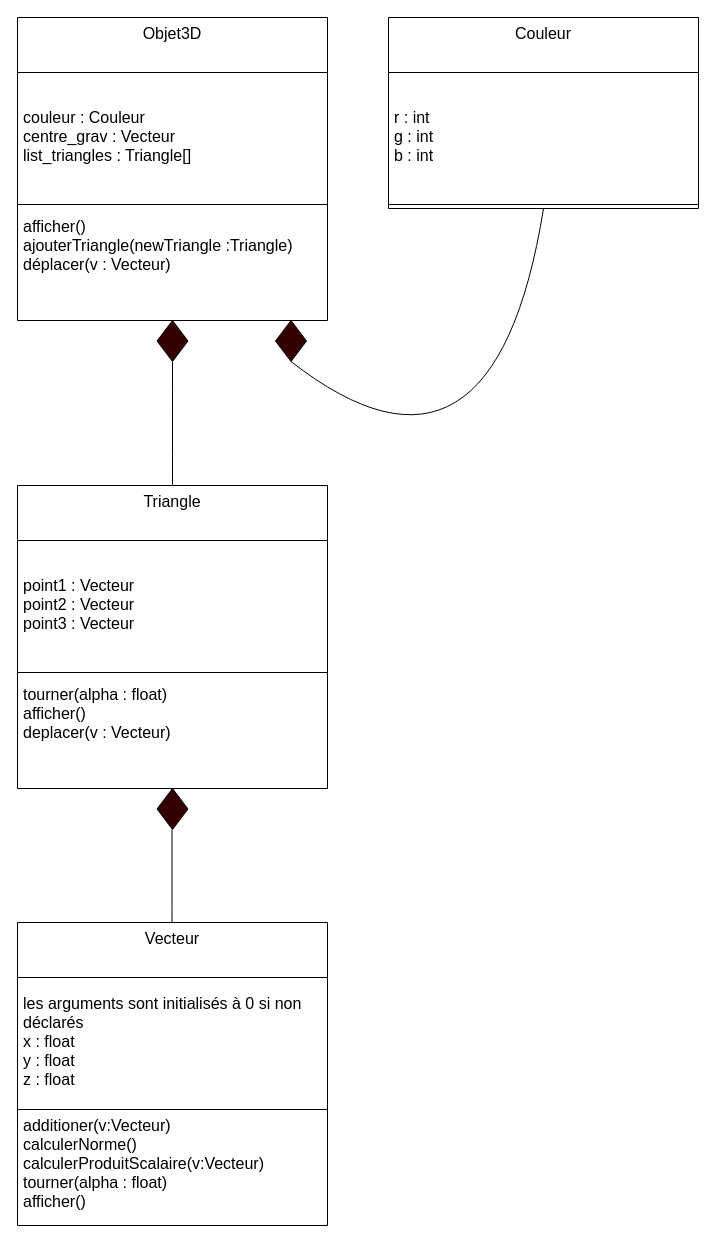
This is page "Page-1" (1 of 2) of UMLex4.drawio from MaelLF/info_poo_tp1, a draw.io file, before an edit. Source tidied: cells renumbered, new cells numbered last; positions are measured from the earlier drawing's top-left corner, leaving out a move shared by most shapes. Both pictures are drawn from the tidied source at 100%, with x=0, y=0 at pixel (17, 17).
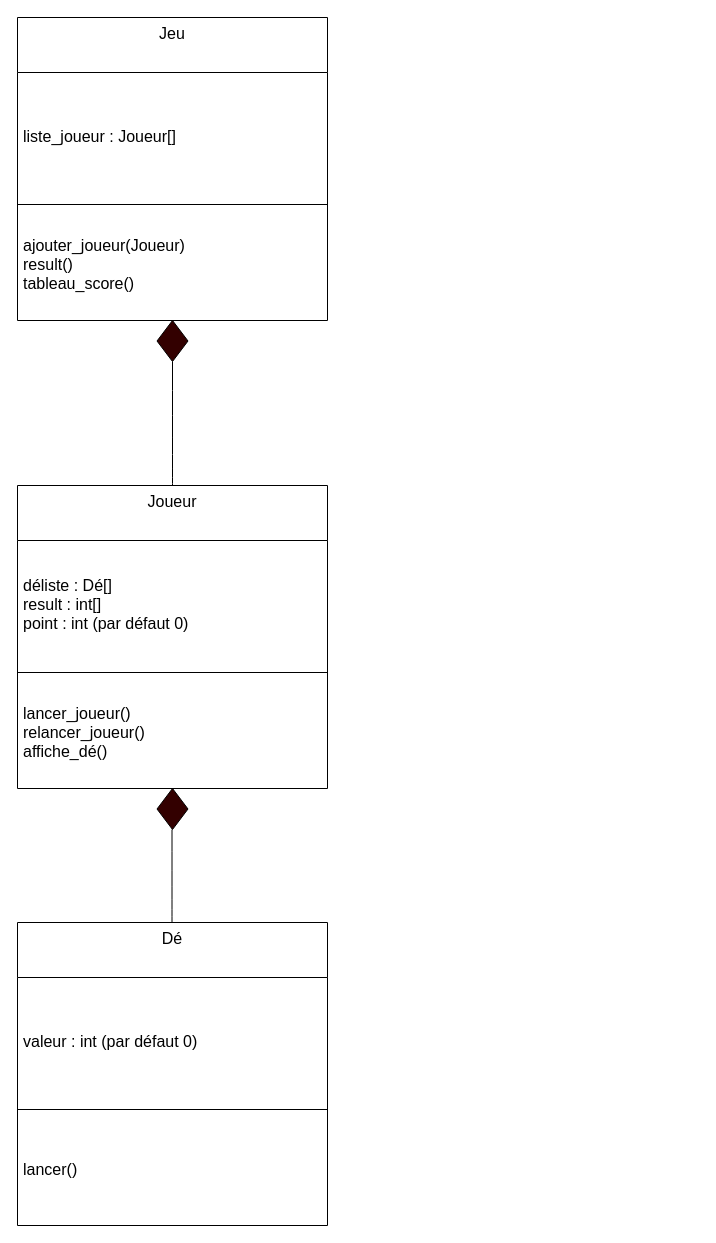
The same page after the edit.

Commit message:
Ajout de la relation d'hérédité entre Object3d et Vecteur

Diff of the diagram source:
```diff
@@
-    <mxCell id="2" value="Vecteur" style="swimlane;fontStyle=0;align=center;verticalAlign=top;horizontal=1;startSize=55;html=1;whiteSpace=wrap;fontSize=16;" parent="1" vertex="1">
+    <mxCell id="2" value="Dé" style="swimlane;fontStyle=0;align=center;verticalAlign=top;horizontal=1;startSize=55;html=1;whiteSpace=wrap;fontSize=16;" parent="1" vertex="1">
       <mxGeometry y="905" width="310" height="303" as="geometry" />
     </mxCell>
-    <mxCell id="3" value="&lt;div&gt;les arguments sont initialisés à 0 si non déclarés&lt;br&gt;&lt;/div&gt;&lt;div&gt;x : float&lt;/div&gt;&lt;div&gt;y : float&lt;/div&gt;&lt;div&gt;z : float&lt;br&gt;&lt;/div&gt;" style="text;html=1;strokeColor=none;fillColor=none;align=left;verticalAlign=middle;spacingLeft=4;spacingRight=4;overflow=hidden;whiteSpace=wrap;fontSize=16;" parent="2" vertex="1">
+    <mxCell id="3" value="valeur : int (par défaut 0)" style="text;html=1;strokeColor=none;fillColor=none;align=left;verticalAlign=middle;spacingLeft=4;spacingRight=4;overflow=hidden;whiteSpace=wrap;fontSize=16;" parent="2" vertex="1">
       <mxGeometry y="55" width="310" height="128" as="geometry" />
     </mxCell>
@@
-    <mxCell id="5" value="&lt;div&gt;additioner(v:Vecteur)&lt;/div&gt;&lt;div&gt;calculerNorme()&lt;/div&gt;&lt;div&gt;calculerProduitScalaire(v:Vecteur)&lt;/div&gt;&lt;div&gt;tourner(alpha : float)&lt;/div&gt;&lt;div&gt;afficher()&lt;br&gt;&lt;/div&gt;&lt;div&gt;&lt;br&gt;&lt;/div&gt;&lt;div&gt;&lt;br&gt;&lt;/div&gt;" style="text;html=1;strokeColor=none;fillColor=none;align=left;verticalAlign=middle;spacingLeft=4;spacingRight=4;overflow=hidden;whiteSpace=wrap;fontSize=16;" parent="2" vertex="1">
+    <mxCell id="5" value="lancer()" style="text;html=1;strokeColor=none;fillColor=none;align=left;verticalAlign=middle;spacingLeft=4;spacingRight=4;overflow=hidden;whiteSpace=wrap;fontSize=16;" parent="2" vertex="1">
       <mxGeometry y="191" width="310" height="112" as="geometry" />
     </mxCell>
-    <mxCell id="6" value="Triangle" style="swimlane;fontStyle=0;align=center;verticalAlign=top;horizontal=1;startSize=55;html=1;whiteSpace=wrap;fontSize=16;" parent="1" vertex="1">
+    <mxCell id="6" value="Joueur" style="swimlane;fontStyle=0;align=center;verticalAlign=top;horizontal=1;startSize=55;html=1;whiteSpace=wrap;fontSize=16;" parent="1" vertex="1">
       <mxGeometry y="468" width="310" height="303" as="geometry" />
     </mxCell>
-    <mxCell id="7" value="&lt;div&gt;point1 : Vecteur&lt;br&gt;&lt;/div&gt;&lt;div&gt;point2 : Vecteur&lt;br&gt;&lt;/div&gt;&lt;div&gt;point3 : Vecteur&lt;br&gt;&lt;/div&gt;" style="text;html=1;strokeColor=none;fillColor=none;align=left;verticalAlign=middle;spacingLeft=4;spacingRight=4;overflow=hidden;whiteSpace=wrap;fontSize=16;" parent="6" vertex="1">
+    <mxCell id="7" value="&lt;div&gt;déliste : Dé[]&lt;/div&gt;&lt;div&gt;result : int[]&lt;/div&gt;&lt;div&gt;point : int (par défaut 0)&lt;br&gt; &lt;/div&gt;" style="text;html=1;strokeColor=none;fillColor=none;align=left;verticalAlign=middle;spacingLeft=4;spacingRight=4;overflow=hidden;whiteSpace=wrap;fontSize=16;" parent="6" vertex="1">
       <mxGeometry y="55" width="310" height="128" as="geometry" />
     </mxCell>
@@
-    <mxCell id="9" value="&lt;div&gt;tourner(alpha : float)&lt;/div&gt;&lt;div&gt;afficher()&lt;br&gt;&lt;/div&gt;deplacer(v : Vecteur)&lt;br&gt;&lt;div&gt;&lt;br&gt;&lt;/div&gt;&lt;div&gt;&lt;br&gt;&lt;/div&gt;" style="text;html=1;strokeColor=none;fillColor=none;align=left;verticalAlign=middle;spacingLeft=4;spacingRight=4;overflow=hidden;points=[[0,0.5],[1,0.5]];portConstraint=eastwest;whiteSpace=wrap;fontSize=16;" parent="6" vertex="1">
+    <mxCell id="9" value="&lt;div&gt;lancer_joueur()&lt;/div&gt;&lt;div&gt;relancer_joueur()&lt;/div&gt;&lt;div&gt;affiche_dé()&lt;br&gt;&lt;/div&gt;" style="text;html=1;strokeColor=none;fillColor=none;align=left;verticalAlign=middle;spacingLeft=4;spacingRight=4;overflow=hidden;points=[[0,0.5],[1,0.5]];portConstraint=eastwest;whiteSpace=wrap;fontSize=16;" parent="6" vertex="1">
       <mxGeometry y="191" width="310" height="112" as="geometry" />
     </mxCell>
@@
-    <mxCell id="13" value="Objet3D" style="swimlane;fontStyle=0;align=center;verticalAlign=top;horizontal=1;startSize=55;html=1;whiteSpace=wrap;fontSize=16;" parent="1" vertex="1">
+    <mxCell id="13" value="Jeu" style="swimlane;fontStyle=0;align=center;verticalAlign=top;horizontal=1;startSize=55;html=1;whiteSpace=wrap;fontSize=16;" parent="1" vertex="1">
       <mxGeometry width="310" height="303" as="geometry" />
     </mxCell>
-    <mxCell id="14" value="&lt;div&gt;couleur : Couleur&lt;br&gt;&lt;/div&gt;&lt;div&gt;centre_grav : Vecteur&lt;br&gt;&lt;/div&gt;&lt;div&gt;list_triangles : Triangle[]&lt;br&gt;&lt;/div&gt;" style="text;html=1;strokeColor=none;fillColor=none;align=left;verticalAlign=middle;spacingLeft=4;spacingRight=4;overflow=hidden;whiteSpace=wrap;fontSize=16;" parent="13" vertex="1">
+    <mxCell id="14" value="liste_joueur : Joueur[]" style="text;html=1;strokeColor=none;fillColor=none;align=left;verticalAlign=middle;spacingLeft=4;spacingRight=4;overflow=hidden;whiteSpace=wrap;fontSize=16;" parent="13" vertex="1">
       <mxGeometry y="55" width="310" height="128" as="geometry" />
     </mxCell>
@@
-    <mxCell id="16" value="&lt;div&gt;afficher()&lt;br&gt;&lt;/div&gt;&lt;div&gt;ajouterTriangle(newTriangle :Triangle)&lt;br&gt;&lt;/div&gt;déplacer(v : Vecteur)&lt;br&gt;&lt;div&gt;&lt;br&gt;&lt;/div&gt;&lt;div&gt;&lt;br&gt;&lt;/div&gt;" style="text;html=1;strokeColor=none;fillColor=none;align=left;verticalAlign=middle;spacingLeft=4;spacingRight=4;overflow=hidden;points=[[0,0.5],[1,0.5]];portConstraint=eastwest;whiteSpace=wrap;fontSize=16;" parent="13" vertex="1">
+    <mxCell id="16" value="&lt;div&gt;ajouter_joueur(Joueur)&lt;/div&gt;&lt;div&gt;result()&lt;/div&gt;&lt;div&gt;tableau_score()&lt;br&gt;&lt;/div&gt;" style="text;html=1;strokeColor=none;fillColor=none;align=left;verticalAlign=middle;spacingLeft=4;spacingRight=4;overflow=hidden;points=[[0,0.5],[1,0.5]];portConstraint=eastwest;whiteSpace=wrap;fontSize=16;" parent="13" vertex="1">
       <mxGeometry y="191" width="310" height="112" as="geometry" />
     </mxCell>
@@
-    <mxCell id="20" value="Couleur" style="swimlane;fontStyle=0;align=center;verticalAlign=top;horizontal=1;startSize=55;html=1;whiteSpace=wrap;fontSize=16;" parent="1" vertex="1">
-      <mxGeometry x="371" width="310" height="191" as="geometry" />
-    </mxCell>
-    <mxCell id="21" value="&lt;div&gt;r : int&lt;/div&gt;&lt;div&gt;g : int&lt;/div&gt;&lt;div&gt;b : int&lt;br&gt;&lt;/div&gt;" style="text;html=1;strokeColor=none;fillColor=none;align=left;verticalAlign=middle;spacingLeft=4;spacingRight=4;overflow=hidden;whiteSpace=wrap;fontSize=16;" parent="20" vertex="1">
-      <mxGeometry y="55" width="310" height="128" as="geometry" />
-    </mxCell>
-    <mxCell id="22" style="line;strokeWidth=1;fillColor=none;align=left;verticalAlign=middle;spacingTop=-1;spacingLeft=3;spacingRight=3;labelPosition=right;fontSize=16;" parent="20" vertex="1">
-      <mxGeometry y="183" width="310" height="8" as="geometry" />
-    </mxCell>
-    <mxCell id="23" style="rhombus;whiteSpace=wrap;html=1;fontSize=16;fillColor=#330000;" parent="1" vertex="1">
-      <mxGeometry x="258" y="303" width="31" height="41" as="geometry" />
-    </mxCell>
-    <mxCell id="24" style="endArrow=none;html=1;rounded=0;fontSize=12;startSize=8;endSize=8;curved=1;entryX=0.5;entryY=1;entryDx=0;entryDy=0;exitX=0.5;exitY=1;exitDx=0;exitDy=0;" parent="1" edge="1" source="20" target="23">
-      <mxGeometry relative="1" as="geometry">
-        <Array as="points">
-          <mxPoint x="476" y="502" />
-        </Array>
-      </mxGeometry>
-    </mxCell>
```
